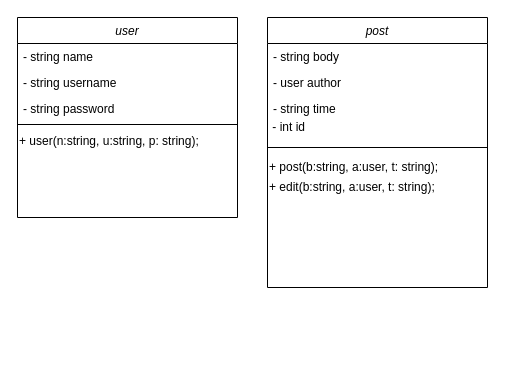
This is klassdiagram.drawio from krumilurfigur/loggbok, a draw.io file, before an edit. Source tidied: cells renumbered, new cells numbered last; positions are measured from the earlier drawing's top-left corner, leaving out a move shared by most shapes. Both pictures are drawn from the tidied source at 100%, with x=0, y=0 at pixel (17, 17).
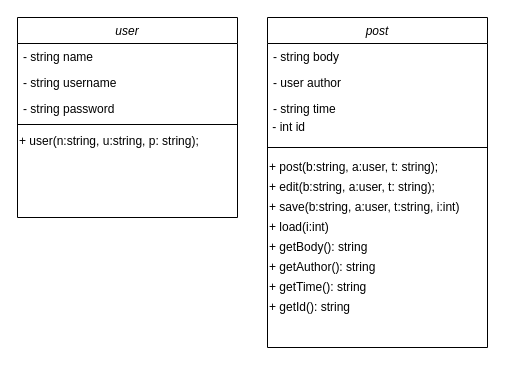
The same diagram, later.

Change to the diagram source:
```diff
@@
     <mxCell id="8" value="post" style="swimlane;fontStyle=2;align=center;verticalAlign=top;horizontal=1;startSize=26;rounded=0;shadow=0;strokeWidth=1;" parent="1" vertex="1">
-      <mxGeometry x="250" width="220" height="270" as="geometry" />
+      <mxGeometry x="250" width="220" height="330" as="geometry" />
     </mxCell>
@@
+    <mxCell id="16" value="+ save(b:string, a:user, t:string, i:int)" style="text;html=1;align=left;verticalAlign=middle;rotation=0;" parent="8" vertex="1">
+      <mxGeometry y="180" width="220" height="20" as="geometry" />
+    </mxCell>
+    <mxCell id="17" value="+ load(i:int)" style="text;html=1;align=left;verticalAlign=middle;rotation=0;" parent="8" vertex="1">
+      <mxGeometry y="200" width="220" height="20" as="geometry" />
+    </mxCell>
+    <mxCell id="18" value="+ getBody(): string" style="text;html=1;align=left;verticalAlign=middle;rotation=0;" parent="8" vertex="1">
+      <mxGeometry y="220" width="220" height="20" as="geometry" />
+    </mxCell>
+    <mxCell id="19" value="+ getAuthor(): string" style="text;html=1;align=left;verticalAlign=middle;rotation=0;" parent="8" vertex="1">
+      <mxGeometry y="240" width="220" height="20" as="geometry" />
+    </mxCell>
+    <mxCell id="20" value="+ getTime(): string" style="text;html=1;align=left;verticalAlign=middle;rotation=0;" parent="8" vertex="1">
+      <mxGeometry y="260" width="220" height="20" as="geometry" />
+    </mxCell>
+    <mxCell id="21" value="+ getId(): string" style="text;html=1;align=left;verticalAlign=middle;rotation=0;" parent="8" vertex="1">
+      <mxGeometry y="280" width="220" height="20" as="geometry" />
+    </mxCell>
```
